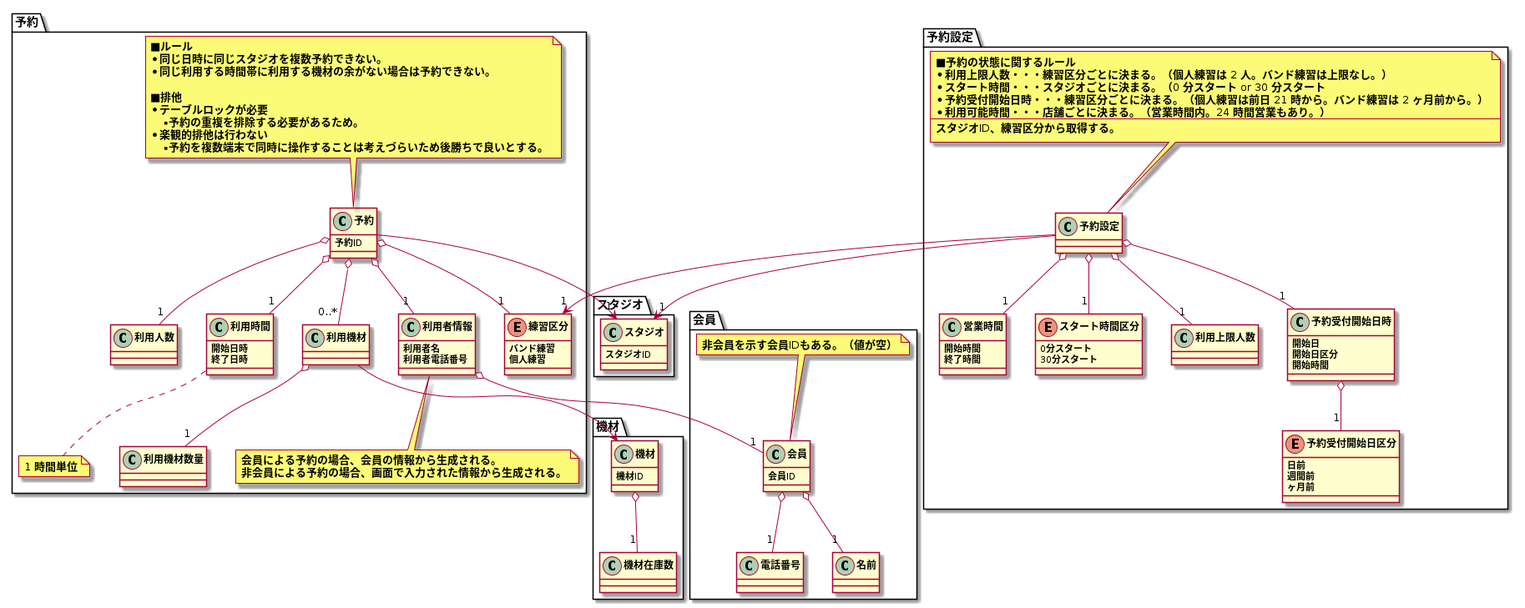
The PlantUML diagram modeling/07_DomainModel_予約/DomainModel.png in TakashiOnawa/ddd-practice-studio-reservation, before a commit.
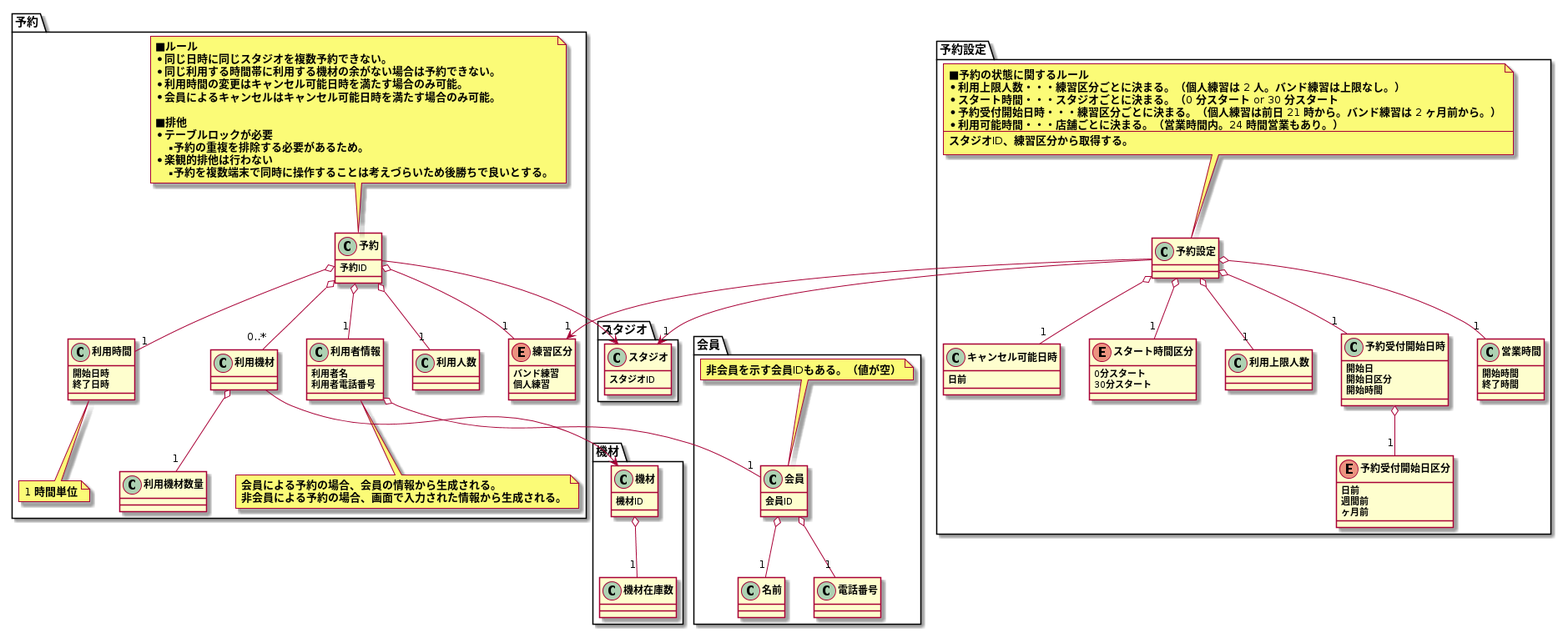
Later version of the same file.

The edit, as a diff of the source:
```diff
@@ -80,6 +80,8 @@
     ■ルール
     * 同じ日時に同じスタジオを複数予約できない。
     * 同じ利用する時間帯に利用する機材の余がない場合は予約できない。
+    * 利用時間の変更はキャンセル可能日時を満たす場合のみ可能。
+    * 会員によるキャンセルはキャンセル可能日時を満たす場合のみ可能。
 
     ■排他
     * テーブルロックが必要
@@ -116,12 +118,17 @@
         終了時間
     }
 
+     class キャンセル可能日時 {
+         日前
+     }
+
     予約設定 --> "1" スタジオ
     予約設定 --> "1" 練習区分
     予約設定 o-- "1" スタート時間区分
     予約設定 o-- "1" 利用上限人数
     予約設定 o-- "1" 予約受付開始日時
     予約設定 o-- "1" 営業時間
+    予約設定 o-- "1" キャンセル可能日時
 
     note top of 予約設定
     ■予約の状態に関するルール
```
